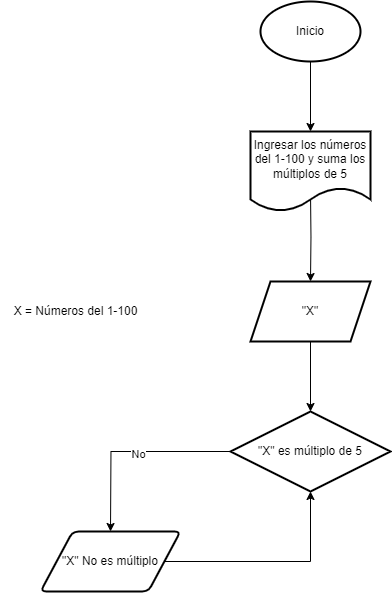
Earlier version of the draw.io export Multiplo_de_5.drawio.png (revertd/class-projects). Source tidied: cells renumbered, new cells last; positions are measured from the earlier drawing's top-left corner, leaving out a move shared by most shapes.
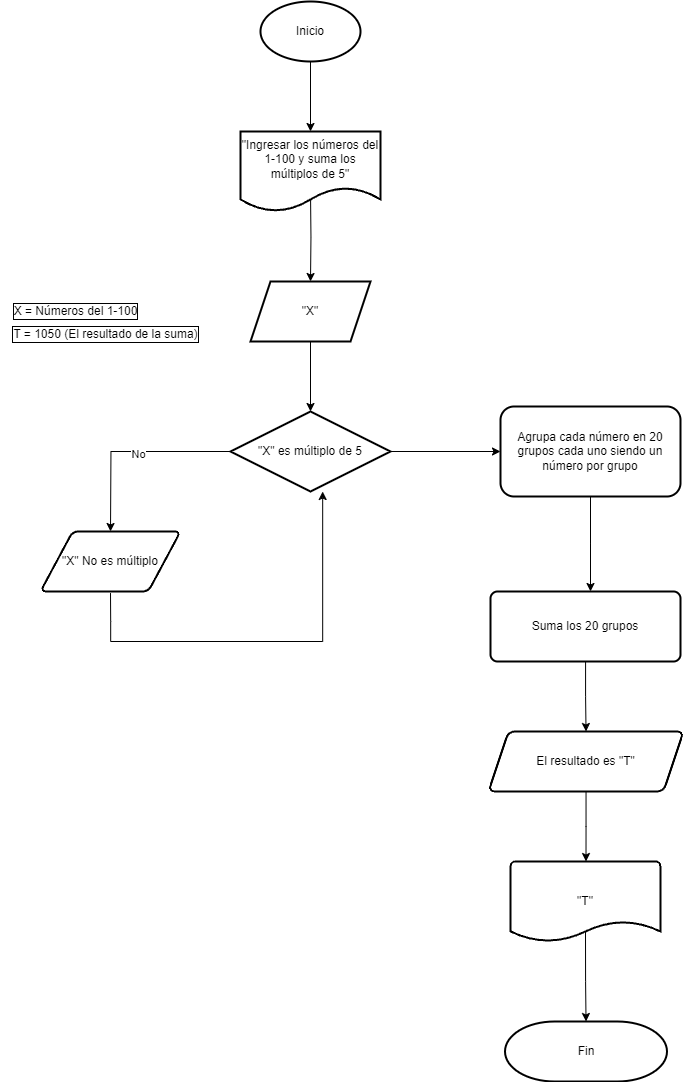
The same file after the commit.

What changed in the source:
```diff
@@ -13,10 +13,10 @@
         <mxPoint x="310" y="190" as="sourcePoint" />
       </mxGeometry>
     </mxCell>
-    <mxCell id="5" value="Ingresar los números del 1-100 y suma los múltiplos de 5" style="shape=document;whiteSpace=wrap;html=1;boundedLbl=1;strokeWidth=2;" parent="1" vertex="1">
-      <mxGeometry x="250" y="130" width="120" height="80" as="geometry" />
+    <mxCell id="5" value="&quot;Ingresar los números del 1-100 y suma los múltiplos de 5&quot;" style="shape=document;whiteSpace=wrap;html=1;boundedLbl=1;strokeWidth=2;" parent="1" vertex="1">
+      <mxGeometry x="240" y="130" width="140" height="80" as="geometry" />
     </mxCell>
-    <mxCell id="6" value="X = Números del 1-100" style="text;html=1;align=center;verticalAlign=middle;strokeColor=none;fillColor=none;" parent="1" vertex="1">
+    <mxCell id="6" value="X = Números del 1-100" style="text;html=1;align=center;verticalAlign=middle;strokeColor=none;fillColor=none;labelBackgroundColor=default;labelBorderColor=default;" parent="1" vertex="1">
       <mxGeometry y="295" width="150" height="30" as="geometry" />
     </mxCell>
     <mxCell id="7" style="edgeStyle=orthogonalEdgeStyle;rounded=0;jettySize=auto;html=1;" parent="1" edge="1" source="8" target="11">
@@ -33,18 +33,59 @@
     <mxCell id="10" value="No" style="edgeLabel;html=1;align=center;verticalAlign=middle;" parent="9" vertex="1">
       <mxGeometry x="-0.07" y="2" relative="1" as="geometry" />
     </mxCell>
+    <mxCell id="14" style="edgeStyle=orthogonalEdgeStyle;rounded=0;jettySize=auto;html=1;" parent="1" edge="1" source="11" target="16">
+      <mxGeometry relative="1" as="geometry" />
+    </mxCell>
     <mxCell id="11" value="&quot;X&quot; es múltiplo de 5" style="rhombus;whiteSpace=wrap;html=1;strokeWidth=2;" parent="1" vertex="1">
       <mxGeometry x="230" y="410" width="160" height="80" as="geometry" />
     </mxCell>
     <mxCell id="12" value="&quot;X&quot; No es múltiplo" style="shape=parallelogram;html=1;strokeWidth=2;perimeter=parallelogramPerimeter;whiteSpace=wrap;rounded=1;arcSize=12;size=0.23;" parent="1" vertex="1">
       <mxGeometry x="40" y="530" width="140" height="60" as="geometry" />
     </mxCell>
-    <mxCell id="13" style="endArrow=classic;html=1;rounded=0;exitX=1;exitY=0.5;exitDx=0;exitDy=0;entryX=0.5;entryY=1;entryDx=0;entryDy=0;" parent="1" edge="1" source="12" target="11">
-      <mxGeometry relative="1" as="geometry">
-        <Array as="points">
-          <mxPoint x="310" y="560" />
-        </Array>
-      </mxGeometry>
-    </mxCell>
+    <mxCell id="15" style="edgeStyle=orthogonalEdgeStyle;rounded=0;jettySize=auto;html=1;" parent="1" edge="1" source="16">
+      <mxGeometry relative="1" as="geometry">
+        <mxPoint x="590" y="590" as="targetPoint" />
+      </mxGeometry>
+    </mxCell>
+    <mxCell id="16" value="Agrupa cada número en 20 grupos cada uno siendo un número por grupo" style="rounded=1;whiteSpace=wrap;html=1;strokeWidth=2;" parent="1" vertex="1">
+      <mxGeometry x="500" y="405" width="180" height="90" as="geometry" />
+    </mxCell>
+    <mxCell id="17" style="edgeStyle=orthogonalEdgeStyle;rounded=0;jettySize=auto;html=1;" parent="1" edge="1" source="18" target="21">
+      <mxGeometry relative="1" as="geometry" />
+    </mxCell>
+    <mxCell id="18" value="Suma los 20 grupos" style="rounded=1;whiteSpace=wrap;html=1;absoluteArcSize=1;arcSize=14;strokeWidth=2;" parent="1" vertex="1">
+      <mxGeometry x="490" y="590" width="190" height="70" as="geometry" />
+    </mxCell>
+    <mxCell id="19" value="T = 1050 (El resultado de la suma)" style="text;html=1;align=center;verticalAlign=middle;labelBackgroundColor=default;labelBorderColor=default;" parent="1" vertex="1">
+      <mxGeometry y="318" width="210" height="30" as="geometry" />
+    </mxCell>
+    <mxCell id="20" style="edgeStyle=orthogonalEdgeStyle;rounded=0;jettySize=auto;html=1;" parent="1" edge="1" source="21">
+      <mxGeometry relative="1" as="geometry">
+        <mxPoint x="585.5" y="860" as="targetPoint" />
+      </mxGeometry>
+    </mxCell>
+    <mxCell id="21" value="El resultado es &quot;T&quot;" style="shape=parallelogram;perimeter=parallelogramPerimeter;whiteSpace=wrap;html=1;fixedSize=1;rounded=1;arcSize=14;strokeWidth=2;" parent="1" vertex="1">
+      <mxGeometry x="488" y="730" width="195" height="60" as="geometry" />
+    </mxCell>
+    <mxCell id="22" style="edgeStyle=orthogonalEdgeStyle;rounded=0;jettySize=auto;html=1;exitX=0.5;exitY=0.875;exitDx=0;exitDy=0;exitPerimeter=0;" parent="1" edge="1" source="23" target="24">
+      <mxGeometry relative="1" as="geometry" />
+    </mxCell>
+    <mxCell id="23" value="&quot;T&quot;" style="strokeWidth=2;html=1;shape=mxgraph.flowchart.document2;whiteSpace=wrap;size=0.25;" parent="1" vertex="1">
+      <mxGeometry x="510" y="860" width="150" height="80" as="geometry" />
+    </mxCell>
+    <mxCell id="24" value="Fin" style="strokeWidth=2;html=1;shape=mxgraph.flowchart.terminator;whiteSpace=wrap;" parent="1" vertex="1">
+      <mxGeometry x="504.5" y="1020" width="162" height="60" as="geometry" />
+    </mxCell>
+    <mxCell id="25" style="endArrow=classic;html=1;rounded=0;exitX=0.413;exitY=1.026;exitDx=0;exitDy=0;exitPerimeter=0;entryX=0.5;entryY=1;entryDx=0;entryDy=0;" parent="1" edge="1">
+      <mxGeometry relative="1" as="geometry">
+        <mxPoint x="110" y="591.6" as="sourcePoint" />
+        <mxPoint x="322.2" y="490" as="targetPoint" />
+        <Array as="points">
+          <mxPoint x="110.2" y="620" />
+          <mxPoint x="110.2" y="640" />
+          <mxPoint x="322.2" y="640" />
+        </Array>
+      </mxGeometry>
+    </mxCell>
   </root>
 </mxGraphModel>
```
